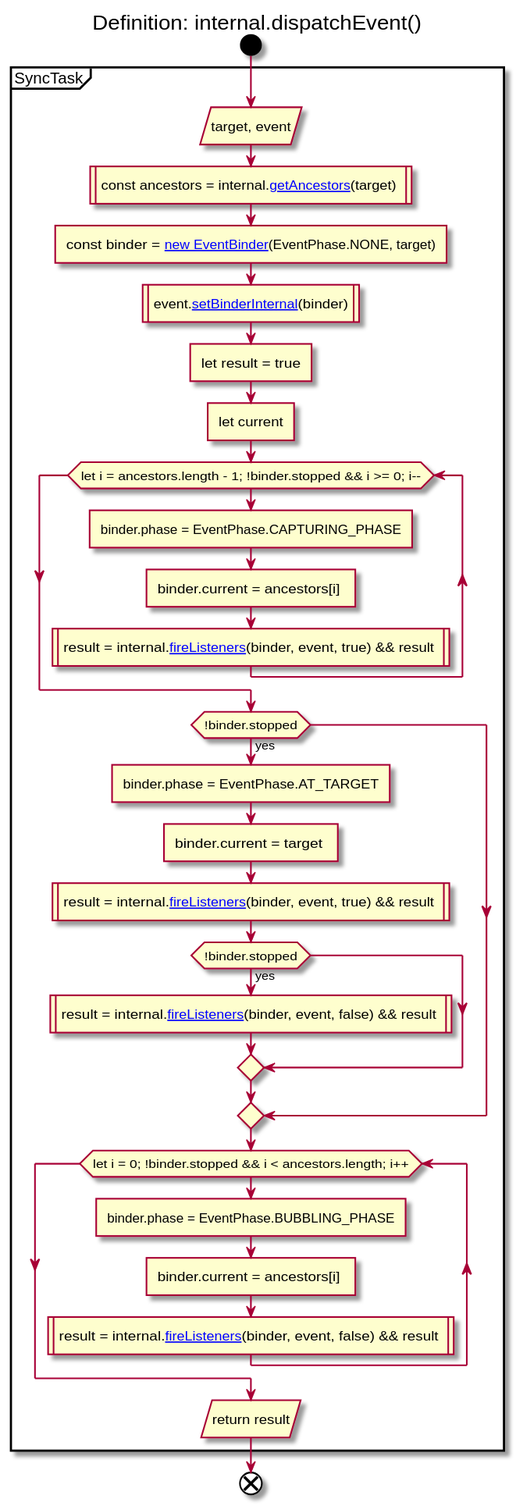
This is _uml/svg/EventTargetAPI/Definition_internal.dispatchEvent.svg from imazzine/imazzine.github.io, a PlantUML export, as it was before one commit. Source of this version:
```plantuml
@startuml Definition_internal.dispatchEvent
    title Definition: internal.dispatchEvent()

    start
        partition SyncTask {
            :target, event/
            :const ancestors = internal.[[./Definition_internal.getAncestors.svg getAncestors]](target) |
            :const binder = [[./Definition_EventBinder.constructor.svg new EventBinder]](EventPhase.NONE, target)]
            :event.[[./Definition_Event.setBinderInternal.svg setBinderInternal]](binder)|
            :let result = true]
            :let current]
            while (let i = ancestors.length - 1; !binder.stopped && i >= 0; i--)
                :binder.phase = EventPhase.CAPTURING_PHASE]
                :binder.current = ancestors[i] ]
                :result = internal.[[./Definition_internal.fireListeners.svg fireListeners]](binder, event, true) && result |
            endwhile
            if (!binder.stopped) then (yes)
                :binder.phase = EventPhase.AT_TARGET]
                :binder.current = target ]
                :result = internal.[[./Definition_internal.fireListeners.svg fireListeners]](binder, event, true) && result |
                if (!binder.stopped) then (yes)
                    :result = internal.[[./Definition_internal.fireListeners.svg fireListeners]](binder, event, false) && result |
                endif
            endif
            while (let i = 0; !binder.stopped && i < ancestors.length; i++)
                :binder.phase = EventPhase.BUBBLING_PHASE]
                :binder.current = ancestors[i] ]
                :result = internal.[[./Definition_internal.fireListeners.svg fireListeners]](binder, event, false)  && result |
            endwhile
            :return result/
        }
    end
@enduml
```
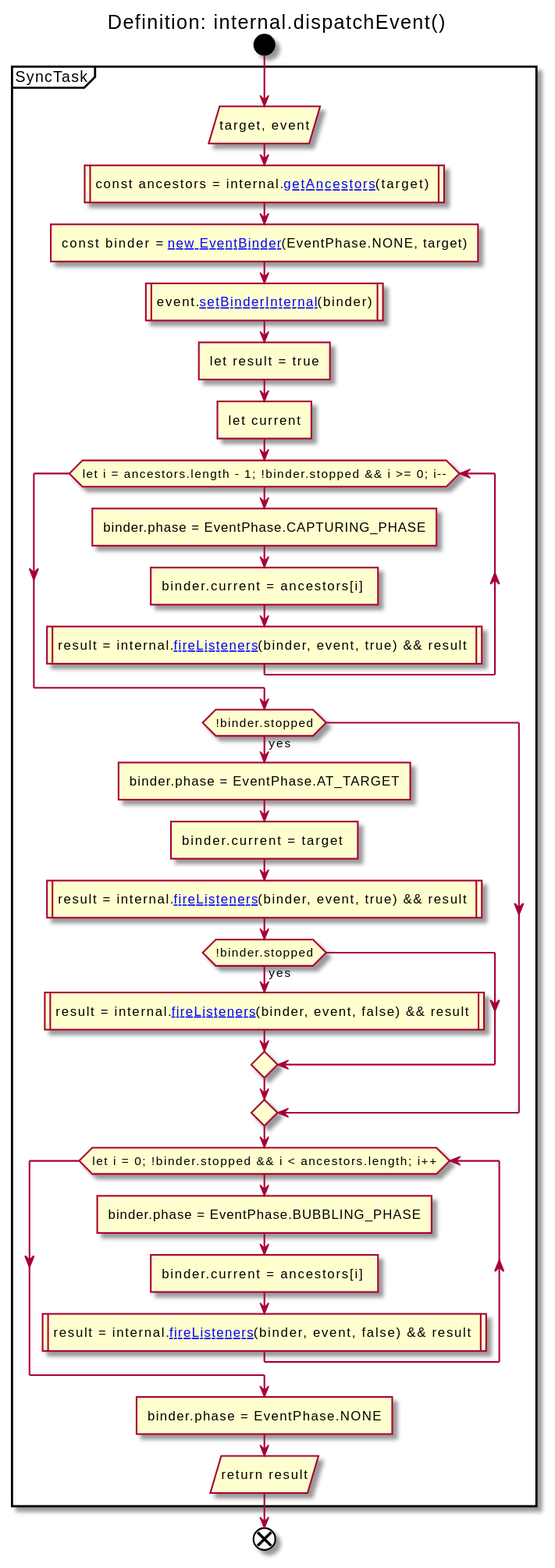
After the change.

Diff of the diagram source:
```diff
@@ -27,6 +27,7 @@
                 :binder.current = ancestors[i] ]
                 :result = internal.[[./Definition_internal.fireListeners.svg fireListeners]](binder, event, false)  && result |
             endwhile
+            :binder.phase = EventPhase.NONE]
             :return result/
         }
     end
```
